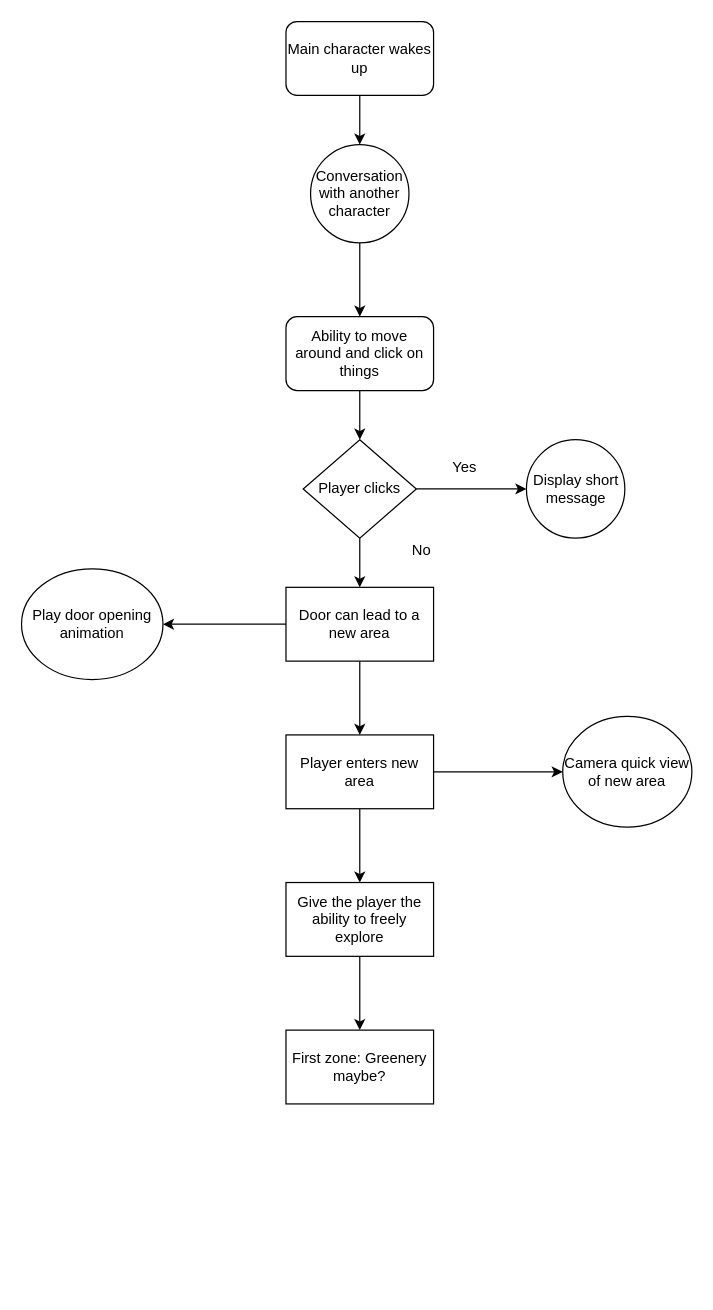
Earlier version of the draw.io diagram FirstVideoGameProject.drawio (Matasem-h/new_flowcharts). Source tidied: cells renumbered, new cells numbered last; positions are measured from the earlier drawing's top-left corner, leaving out a move shared by most shapes. Both pictures are drawn from the tidied source at 123%, with x=0, y=0 at pixel (21, 21).
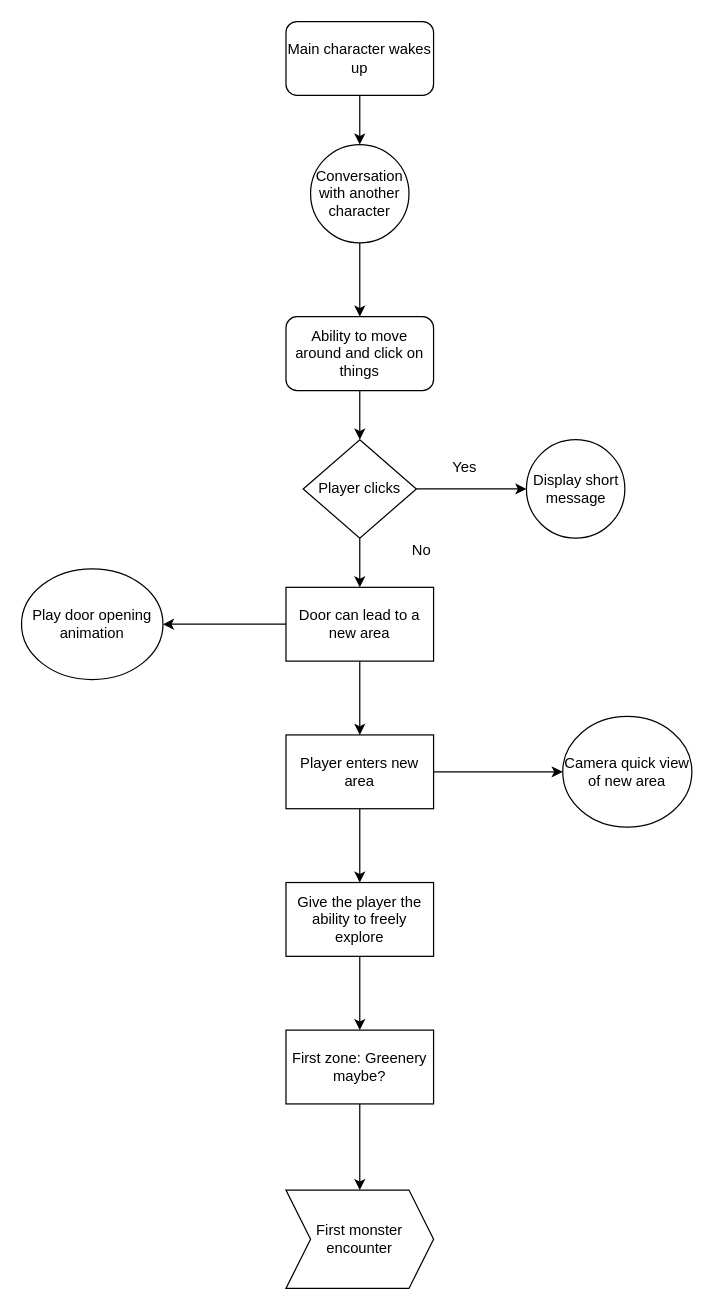
The same diagram, later.

Unchanged cells that the change refers to:
```xml
<mxCell id="24" value="First zone: Greenery maybe?" style="whiteSpace=wrap;html=1;" parent="1" vertex="1">
  <mxGeometry x="215" y="820" width="120" height="60" as="geometry" />
</mxCell>
```

Diff of the diagram source:
```diff
@@
+    <mxCell id="25" style="edgeStyle=orthogonalEdgeStyle;rounded=0;jettySize=auto;html=1;" parent="1" edge="1" source="24" target="26">
+      <mxGeometry relative="1" as="geometry" />
+    </mxCell>
@@
+    <mxCell id="26" value="First monster encounter" style="shape=step;perimeter=stepPerimeter;whiteSpace=wrap;html=1;fixedSize=1;" parent="1" vertex="1">
+      <mxGeometry x="215" y="950" width="120" height="80" as="geometry" />
+    </mxCell>
```
